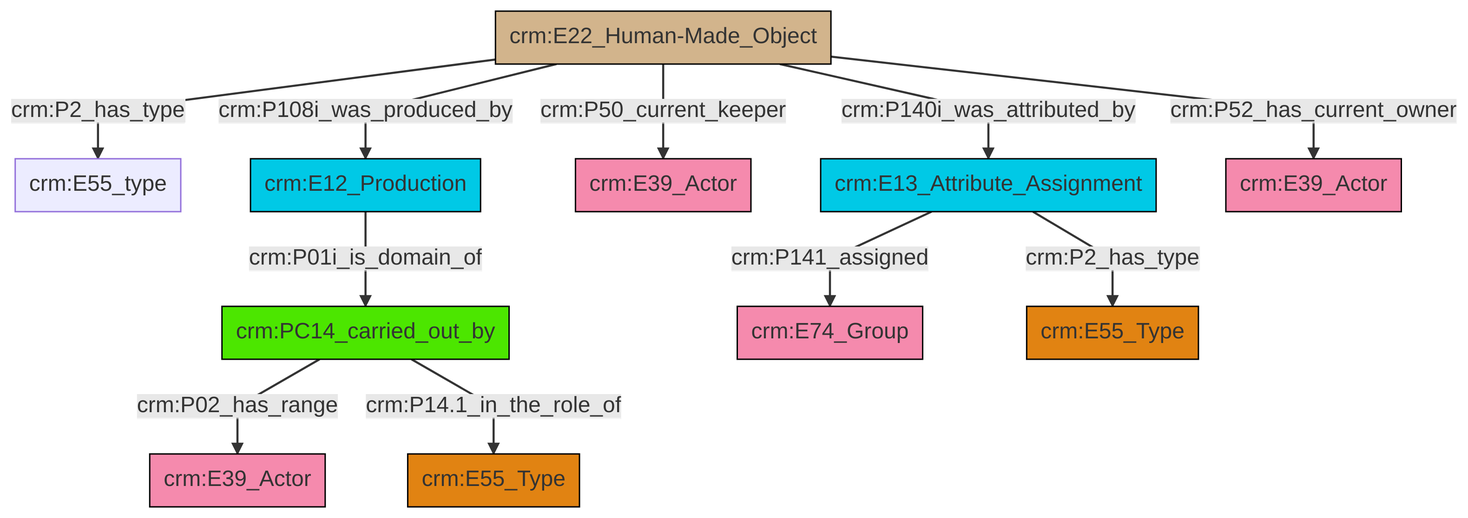
This is et/artworkCSV/ttl/mmd/png/Artwork_Actor_Relations.png from swiss-art-research-net/docs.swissartresearch, a Mermaid export, as it was before one commit. Its source is kept beside it as et/artworkCSV/ttl/mmd/Artwork_Actor_Relations.ttl.mmd.
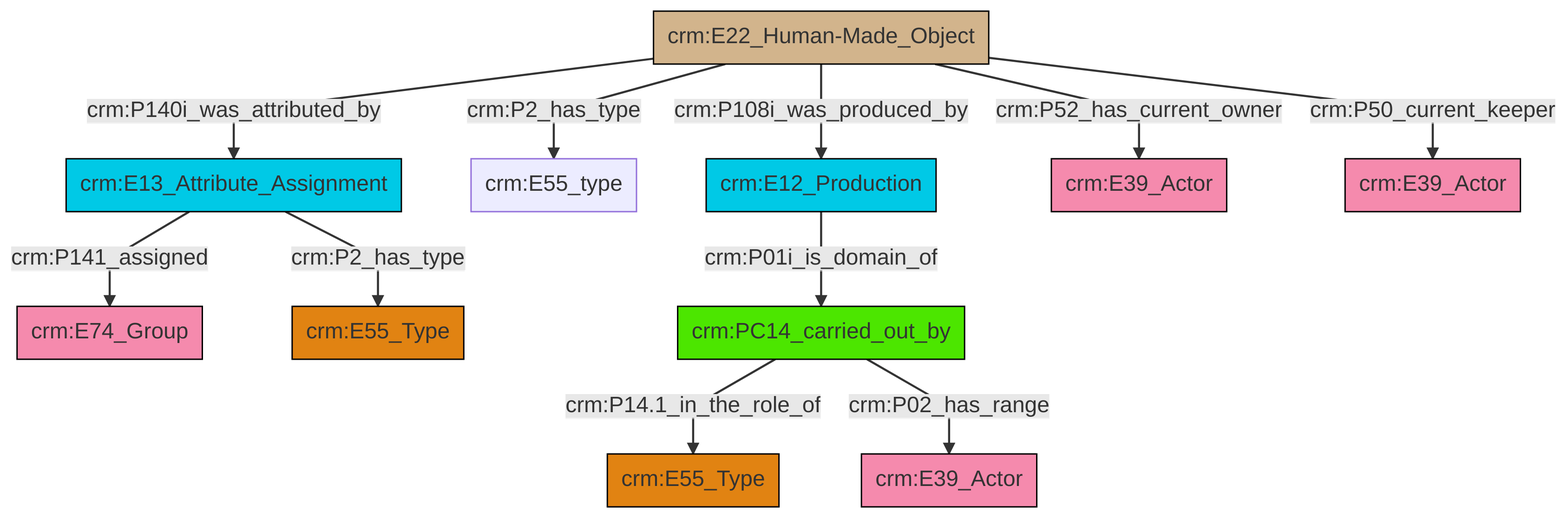
The same diagram one commit later.

Change to the diagram source:
```diff
@@ -13,13 +13,13 @@
 classDef PC_Classes fill:#4ce600, stroke:#000000;
 classDef Multi fill:#cccccc,stroke:#000000;
 
-0["crm:PC14_carried_out_by"]:::PC_Classes -->|crm:P02_has_range| 1["crm:E39_Actor"]:::Actor
-2["crm:E22_Human-Made_Object"]:::Physical_Thing -->|crm:P2_has_type| 4["crm:E55_type"]:::Default
-10["crm:E13_Attribute_Assignment"]:::Temporal_Entity -->|crm:P2_has_type| 8["crm:E55_Type"]:::Type
-2["crm:E22_Human-Made_Object"]:::Physical_Thing -->|crm:P50_current_keeper| 11["crm:E39_Actor"]:::Actor
-2["crm:E22_Human-Made_Object"]:::Physical_Thing -->|crm:P108i_was_produced_by| 13["crm:E12_Production"]:::Temporal_Entity
-2["crm:E22_Human-Made_Object"]:::Physical_Thing -->|crm:P52_has_current_owner| 15["crm:E39_Actor"]:::Actor
-10["crm:E13_Attribute_Assignment"]:::Temporal_Entity -->|crm:P141_assigned| 5["crm:E74_Group"]:::Actor
-13["crm:E12_Production"]:::Temporal_Entity -->|crm:P01i_is_domain_of| 0["crm:PC14_carried_out_by"]:::PC_Classes
-0["crm:PC14_carried_out_by"]:::PC_Classes -->|crm:P14.1_in_the_role_of| 17["crm:E55_Type"]:::Type
-2["crm:E22_Human-Made_Object"]:::Physical_Thing -->|crm:P140i_was_attributed_by| 10["crm:E13_Attribute_Assignment"]:::Temporal_Entity
+2["crm:E13_Attribute_Assignment"]:::Temporal_Entity -->|crm:P141_assigned| 3["crm:E74_Group"]:::Actor
+6["crm:E22_Human-Made_Object"]:::Physical_Thing -->|crm:P108i_was_produced_by| 7["crm:E12_Production"]:::Temporal_Entity
+6["crm:E22_Human-Made_Object"]:::Physical_Thing -->|crm:P52_has_current_owner| 9["crm:E39_Actor"]:::Actor
+6["crm:E22_Human-Made_Object"]:::Physical_Thing -->|crm:P50_current_keeper| 10["crm:E39_Actor"]:::Actor
+13["crm:PC14_carried_out_by"]:::PC_Classes -->|crm:P14.1_in_the_role_of| 14["crm:E55_Type"]:::Type
+7["crm:E12_Production"]:::Temporal_Entity -->|crm:P01i_is_domain_of| 13["crm:PC14_carried_out_by"]:::PC_Classes
+6["crm:E22_Human-Made_Object"]:::Physical_Thing -->|crm:P140i_was_attributed_by| 2["crm:E13_Attribute_Assignment"]:::Temporal_Entity
+13["crm:PC14_carried_out_by"]:::PC_Classes -->|crm:P02_has_range| 0["crm:E39_Actor"]:::Actor
+2["crm:E13_Attribute_Assignment"]:::Temporal_Entity -->|crm:P2_has_type| 11["crm:E55_Type"]:::Type
+6["crm:E22_Human-Made_Object"]:::Physical_Thing -->|crm:P2_has_type| 4["crm:E55_type"]:::Default
```
